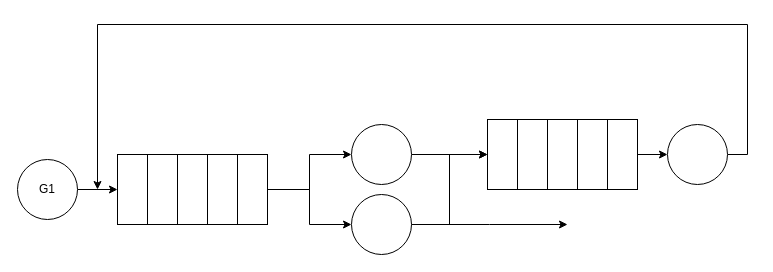
Above: Моделирование/лаб 1/лаб1.drawio in R3nnyWeb/labs7 (draw.io), before the change. Source tidied: cells renumbered, new cells numbered last; positions are measured from the earlier drawing's top-left corner, leaving out a move shared by most shapes. Both pictures are drawn from the tidied source at 100%, with x=0, y=0 at pixel (17, 24).
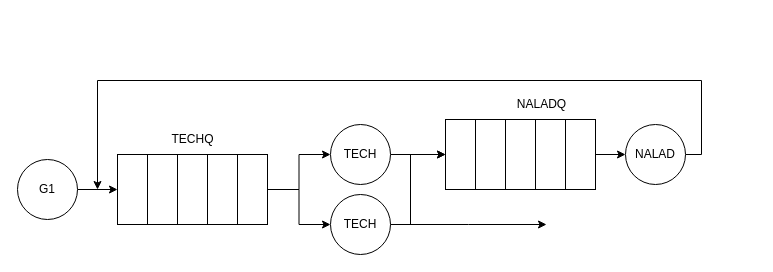
The same page after the edit.

Unchanged cells that the change refers to:
```xml
<mxCell id="14" style="rounded=0;whiteSpace=wrap;html=1;" parent="13" vertex="1">
  <mxGeometry width="30" height="70" as="geometry" />
</mxCell>
```

Diff of the diagram source:
```diff
@@
-    <mxCell id="5" style="ellipse;whiteSpace=wrap;html=1;" parent="1" vertex="1">
-      <mxGeometry x="334" y="100" width="60" height="60" as="geometry" />
+    <mxCell id="5" value="TECH" style="ellipse;whiteSpace=wrap;html=1;" parent="1" vertex="1">
+      <mxGeometry x="313" y="100" width="60" height="60" as="geometry" />
     </mxCell>
@@
     <mxCell id="13" style="group;" parent="1" vertex="1">
-      <mxGeometry x="470" y="95" width="150" height="70" as="geometry" />
+      <mxGeometry x="428" y="95" width="150" height="70" as="geometry" />
     </mxCell>
@@
     <mxCell id="19" style="edgeStyle=orthogonalEdgeStyle;rounded=0;jettySize=auto;html=1;entryX=0;entryY=0.5;entryDx=0;entryDy=0;" parent="1" edge="1" source="21" target="14">
-      <mxGeometry relative="1" as="geometry" />
+      <mxGeometry relative="1" as="geometry">
+        <Array as="points">
+          <mxPoint x="393" y="200" />
+          <mxPoint x="393" y="130" />
+        </Array>
+      </mxGeometry>
     </mxCell>
     <mxCell id="20" style="edgeStyle=orthogonalEdgeStyle;rounded=0;jettySize=auto;html=1;exitX=1;exitY=0.5;exitDx=0;exitDy=0;" parent="1" edge="1" source="21">
       <mxGeometry relative="1" as="geometry">
-        <mxPoint x="550" y="200" as="targetPoint" />
+        <mxPoint x="529" y="200" as="targetPoint" />
       </mxGeometry>
     </mxCell>
-    <mxCell id="21" style="ellipse;whiteSpace=wrap;html=1;" parent="1" vertex="1">
-      <mxGeometry x="334" y="170" width="60" height="60" as="geometry" />
+    <mxCell id="21" value="TECH" style="ellipse;whiteSpace=wrap;html=1;" parent="1" vertex="1">
+      <mxGeometry x="313" y="170" width="60" height="60" as="geometry" />
     </mxCell>
@@
     <mxCell id="23" style="edgeStyle=orthogonalEdgeStyle;rounded=0;jettySize=auto;html=1;exitX=1;exitY=0.5;exitDx=0;exitDy=0;" parent="1" edge="1" source="24">
       <mxGeometry relative="1" as="geometry">
         <mxPoint x="80" y="165" as="targetPoint" />
         <Array as="points">
-          <mxPoint x="730" y="130" />
-          <mxPoint x="730" />
-          <mxPoint x="80" />
-          <mxPoint x="80" y="165" />
+          <mxPoint x="684" y="130" />
+          <mxPoint x="684" y="56" />
+          <mxPoint x="80" y="56" />
         </Array>
       </mxGeometry>
     </mxCell>
-    <mxCell id="24" style="ellipse;whiteSpace=wrap;html=1;" parent="1" vertex="1">
-      <mxGeometry x="650" y="100" width="60" height="60" as="geometry" />
+    <mxCell id="24" value="NALAD" style="ellipse;whiteSpace=wrap;html=1;" parent="1" vertex="1">
+      <mxGeometry x="608" y="100" width="60" height="60" as="geometry" />
     </mxCell>
@@
+    <mxCell id="26" value="TECHQ" style="text;html=1;align=center;verticalAlign=middle;strokeColor=none;fillColor=none;" parent="1" vertex="1">
+      <mxGeometry x="140" y="100" width="70" height="30" as="geometry" />
+    </mxCell>
+    <mxCell id="27" value="NALADQ" style="text;html=1;align=center;verticalAlign=middle;strokeColor=none;fillColor=none;" parent="1" vertex="1">
+      <mxGeometry x="489" y="65" width="70" height="30" as="geometry" />
+    </mxCell>
```
